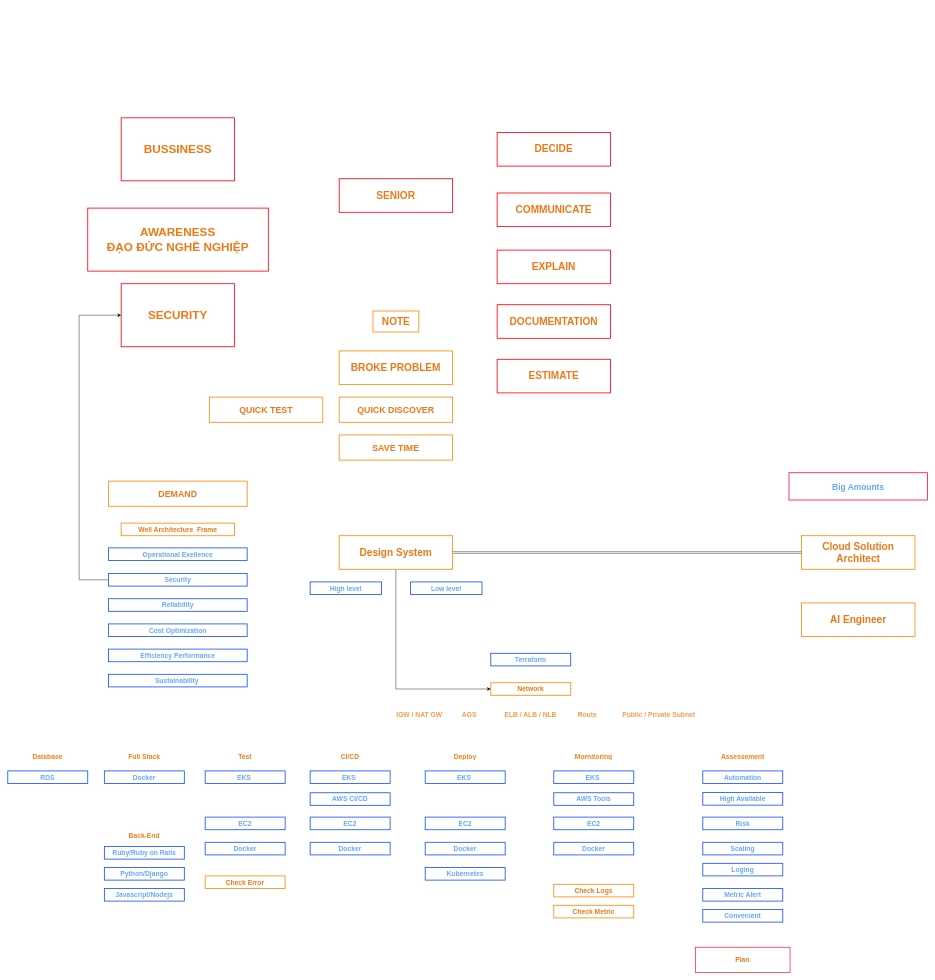
Before: page "Trang-1" (1 of 2) of MindSet.drawio in HoangGuruu/drawCloud, a draw.io diagram. Source tidied: cells renumbered, new cells numbered last; positions are measured from the earlier drawing's top-left corner, leaving out a move shared by most shapes. Both pictures are drawn from the tidied source at 42%, with x=0, y=0 at pixel (8, 118).
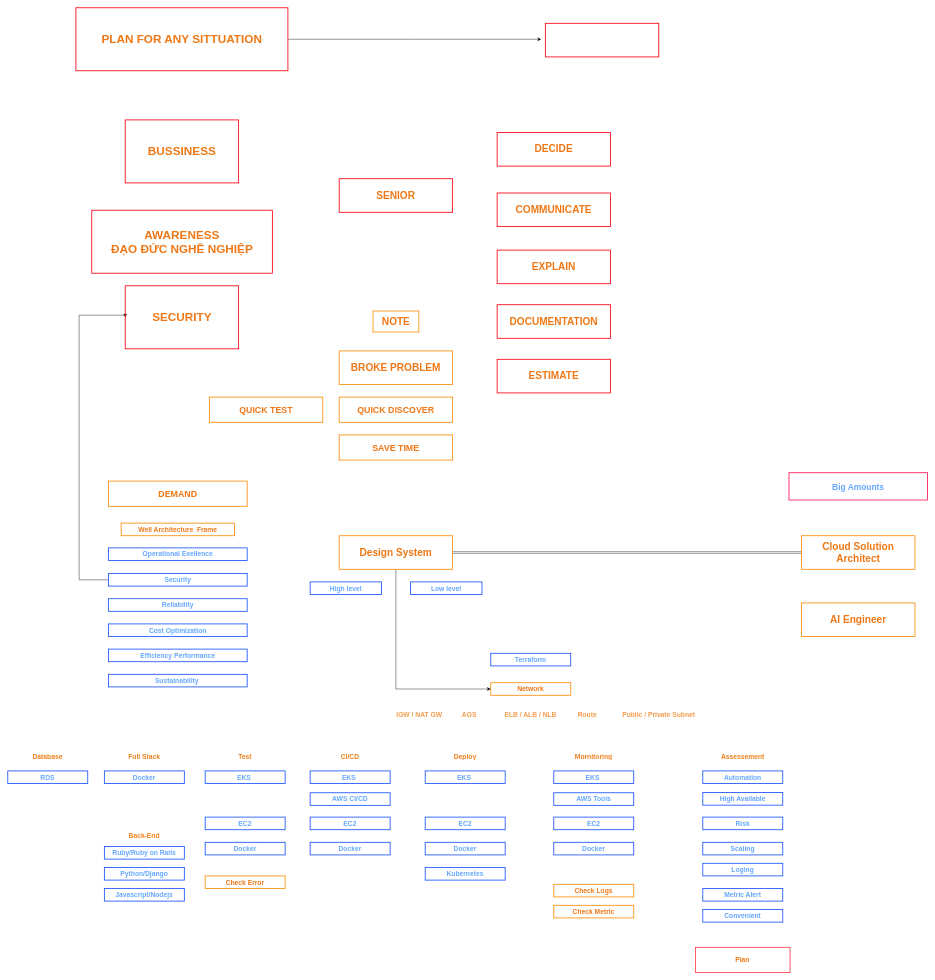
After the change.

Change to the diagram source:
```diff
@@
     <mxCell id="58" value="&lt;span style=&quot;font-size: 28px;&quot;&gt;BUSSINESS&lt;/span&gt;" style="text;html=1;strokeColor=#FF0011;fillColor=none;align=center;verticalAlign=middle;whiteSpace=wrap;rounded=0;fontSize=16;fontStyle=1;fontColor=#ef7715;strokeWidth=2;" parent="1" vertex="1">
-      <mxGeometry x="270" width="270" height="150" as="geometry" />
+      <mxGeometry x="279.6" y="5" width="270" height="150" as="geometry" />
     </mxCell>
@@
     <mxCell id="66" value="&lt;span style=&quot;font-size: 28px;&quot;&gt;AWARENESS&lt;/span&gt;&lt;div&gt;&lt;span style=&quot;font-size: 28px;&quot;&gt;ĐẠO ĐỨC NGHỀ NGHIỆP&lt;/span&gt;&lt;/div&gt;" style="text;html=1;strokeColor=#FF0011;fillColor=none;align=center;verticalAlign=middle;whiteSpace=wrap;rounded=0;fontSize=16;fontStyle=1;fontColor=#ef7715;strokeWidth=2;" parent="1" vertex="1">
-      <mxGeometry x="190.4" y="215" width="430" height="150" as="geometry" />
+      <mxGeometry x="200" y="220" width="430" height="150" as="geometry" />
     </mxCell>
@@
     <mxCell id="78" value="&lt;span style=&quot;font-size: 28px;&quot;&gt;SECURITY&lt;/span&gt;" style="text;html=1;strokeColor=#FF0011;fillColor=none;align=center;verticalAlign=middle;whiteSpace=wrap;rounded=0;fontSize=16;fontStyle=1;fontColor=#ef7715;strokeWidth=2;" parent="1" vertex="1">
-      <mxGeometry x="270" y="395" width="270" height="150" as="geometry" />
+      <mxGeometry x="279.6" y="400" width="270" height="150" as="geometry" />
     </mxCell>
+    <mxCell id="79" style="edgeStyle=orthogonalEdgeStyle;rounded=0;jettySize=auto;html=1;" parent="1" edge="1" source="80">
+      <mxGeometry relative="1" as="geometry">
+        <mxPoint x="1270" y="-187" as="targetPoint" />
+      </mxGeometry>
+    </mxCell>
+    <mxCell id="80" value="&lt;span style=&quot;font-size: 28px;&quot;&gt;PLAN FOR ANY SITTUATION&lt;/span&gt;" style="text;html=1;strokeColor=#FF0011;fillColor=none;align=center;verticalAlign=middle;whiteSpace=wrap;rounded=0;fontSize=16;fontStyle=1;fontColor=#ef7715;strokeWidth=2;" parent="1" vertex="1">
+      <mxGeometry x="162.2" y="-262" width="504.8" height="150" as="geometry" />
+    </mxCell>
+    <mxCell id="81" style="text;html=1;strokeColor=#FF0011;fillColor=none;align=center;verticalAlign=middle;whiteSpace=wrap;rounded=0;fontSize=16;fontStyle=1;fontColor=#ef7715;strokeWidth=2;" parent="1" vertex="1">
+      <mxGeometry x="1280" y="-225" width="270" height="80" as="geometry" />
+    </mxCell>
```
